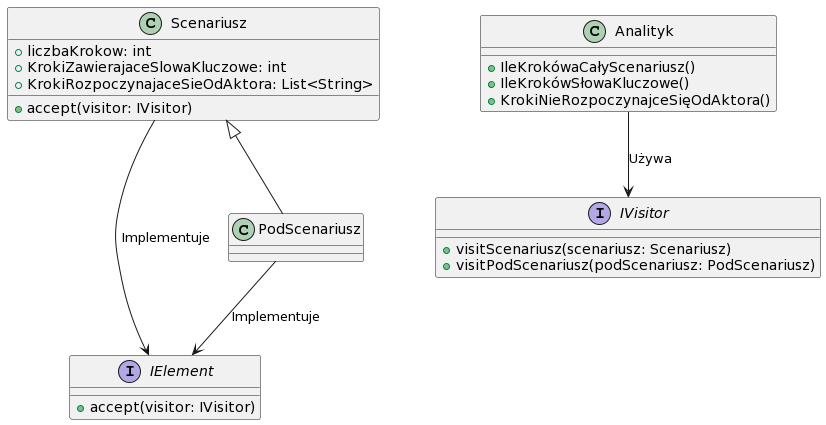
The PlantUML diagram src/main/resources/PoglądoweUML.png in Mlynek4/ScenarioQualityChecker, before a commit. Source of this version:
```plantuml
@startuml
interface "IElement" as IElement {
  + accept(visitor: IVisitor)
}

class "Scenariusz" as Scenario {
  + liczbaKrokow: int
  + KrokiZawierajaceSlowaKluczowe: int
  + KrokiRozpoczynajaceSieOdAktora: List<String>
  + accept(visitor: IVisitor)
}

class "PodScenariusz" as SubScenario extends Scenario{


}

interface "IVisitor" as IVisitor {
  + visitScenariusz(scenariusz: Scenariusz)
  + visitPodScenariusz(podScenariusz: PodScenariusz)
}

class "Analityk" as Analyst {
  + IleKrokówaCałyScenariusz()
  + IleKrokówSłowaKluczowe()
  + KrokiNieRozpoczynajceSięOdAktora()
}

Analyst --> IVisitor : Używa
Scenario --> IElement : Implementuje
SubScenario --> IElement : Implementuje
@enduml
```
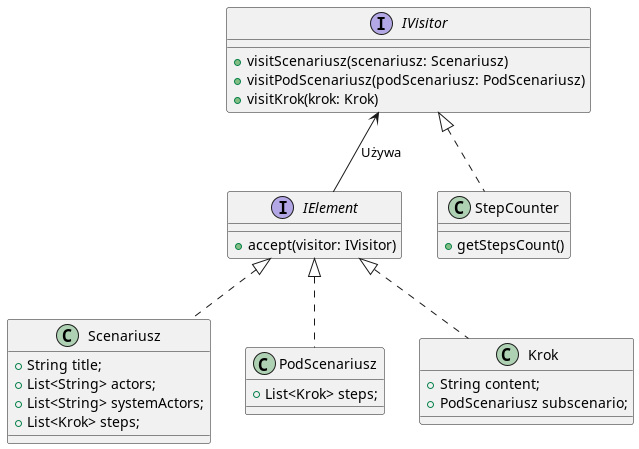
After the commit.

Change to the diagram source:
```diff
@@ -3,30 +3,32 @@
   + accept(visitor: IVisitor)
 }
 
-class "Scenariusz" as Scenario {
-  + liczbaKrokow: int
-  + KrokiZawierajaceSlowaKluczowe: int
-  + KrokiRozpoczynajaceSieOdAktora: List<String>
-  + accept(visitor: IVisitor)
+class "Scenariusz" implements IElement {
+    + String title;
+    + List<String> actors;
+    + List<String> systemActors;
+    + List<Krok> steps;
 }
 
-class "PodScenariusz" as SubScenario extends Scenario{
+class "PodScenariusz" implements IElement {
+    + List<Krok> steps;
+}
 
-
+class "Krok" implements IElement {
+    + String content;
+    + PodScenariusz subscenario;
 }
 
 interface "IVisitor" as IVisitor {
   + visitScenariusz(scenariusz: Scenariusz)
   + visitPodScenariusz(podScenariusz: PodScenariusz)
+  + visitKrok(krok: Krok)
 }
 
-class "Analityk" as Analyst {
-  + IleKrokówaCałyScenariusz()
-  + IleKrokówSłowaKluczowe()
-  + KrokiNieRozpoczynajceSięOdAktora()
+class StepCounter implements IVisitor {
+    + getStepsCount()
 }
 
-Analyst --> IVisitor : Używa
-Scenario --> IElement : Implementuje
-SubScenario --> IElement : Implementuje
+IVisitor <-- IElement : "Używa"
+
 @enduml
```
